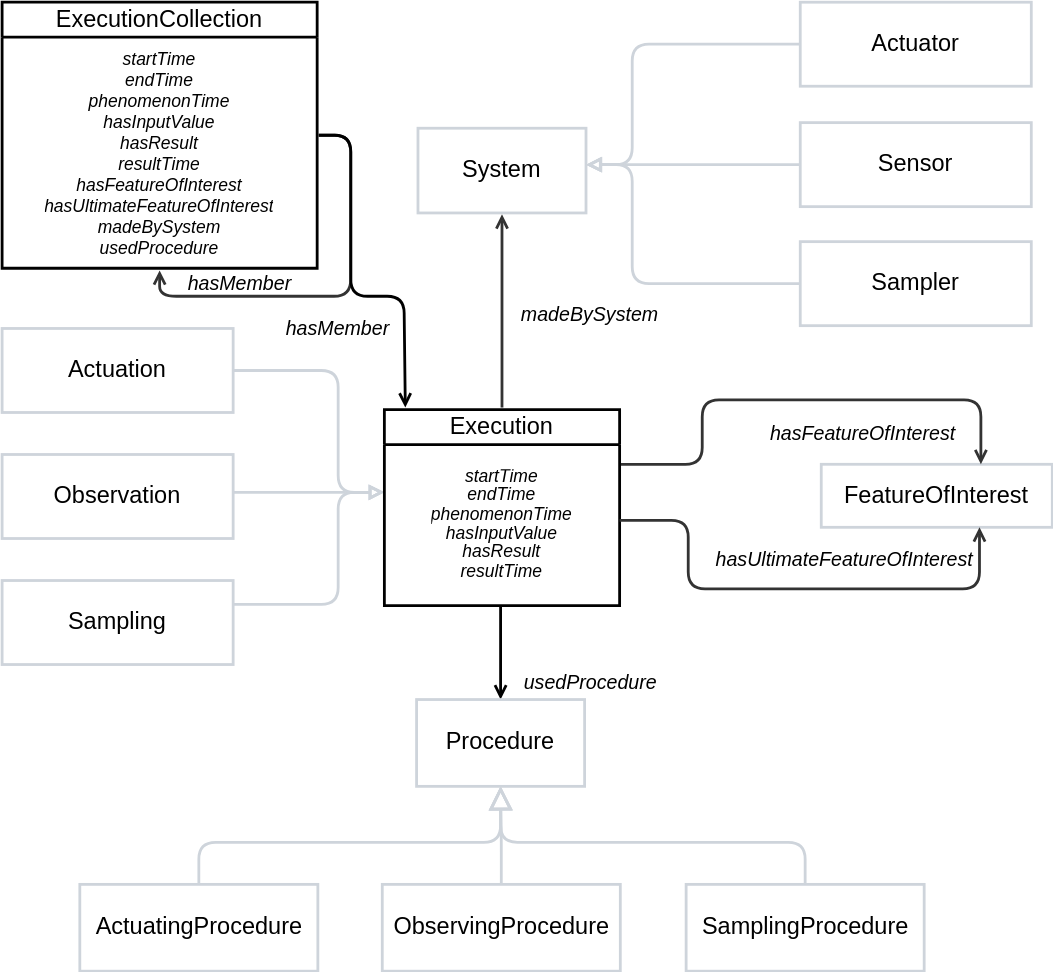
Earlier version of the draw.io export ssn/images/Execution.svg (w3c/sdw-sosa-ssn). Source tidied: cells renumbered, new cells last; positions are measured from the earlier drawing's top-left corner, leaving out a move shared by most shapes.
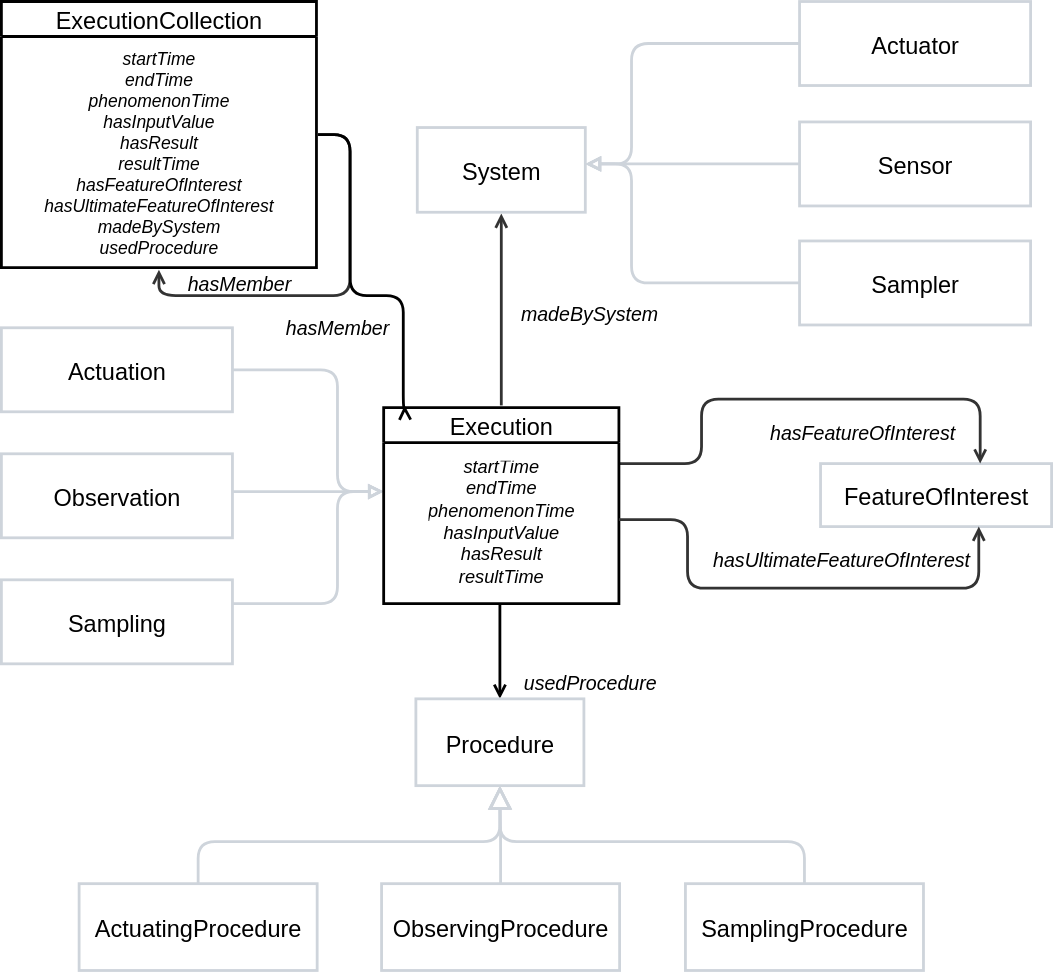
Later version of the same file.

What changed in the source:
```diff
@@ -65,9 +65,9 @@
       <mxGeometry x="353" y="463" width="135" height="45" as="geometry" />
     </mxCell>
     <mxCell id="14" value="Execution" style="html=1;overflow=block;blockSpacing=1;swimlane;horizontal=1;fontStyle=0;swimlaneFillColor=none;startSize=25;whiteSpace=wrap;fontSize=16.8;align=center;spacing=0;strokeColor=#000000;fillColor=none;strokeWidth=2;fontColor=default;convertToSvg=1;swimlaneLine=1;" parent="1" vertex="1">
-      <mxGeometry x="273" y="291" width="168" height="140" as="geometry" />
+      <mxGeometry x="273" y="290" width="168" height="140" as="geometry" />
     </mxCell>
-    <mxCell id="15" value="&lt;div style=&quot;display: flex; justify-content: center; text-align: center; align-items: baseline; line-height: 1.25; margin-top: -2px; font-size: 12.5px;&quot;&gt;&lt;font style=&quot;font-size: 12.5px;&quot;&gt;&lt;font style=&quot;font-size: 12.5px;&quot;&gt;startTime&lt;/font&gt;&lt;/font&gt;&lt;/div&gt;&lt;div style=&quot;display: flex; justify-content: center; text-align: center; align-items: baseline; line-height: 1.25; margin-top: -2px; font-size: 12.5px;&quot;&gt;&lt;font style=&quot;font-size: 12.5px;&quot;&gt;&lt;font style=&quot;font-size: 12.5px;&quot;&gt;endTime&lt;/font&gt;&lt;/font&gt;&lt;/div&gt;&lt;div style=&quot;display: flex; justify-content: center; text-align: center; align-items: baseline; line-height: 1.25; margin-top: -2px; font-size: 12.5px;&quot;&gt;&lt;font style=&quot;font-size: 12.5px;&quot;&gt;&lt;font style=&quot;font-size: 12.5px;&quot;&gt;phenomenonTime&lt;/font&gt;&lt;/font&gt;&lt;/div&gt;&lt;div style=&quot;display: flex; justify-content: center; text-align: center; align-items: baseline; line-height: 1.25; margin-top: -2px; font-size: 12.5px;&quot;&gt;&lt;font style=&quot;font-size: 12.5px;&quot;&gt;&lt;font style=&quot;font-size: 12.5px;&quot;&gt;hasInputValue&lt;/font&gt;&lt;/font&gt;&lt;/div&gt;&lt;div style=&quot;display: flex; justify-content: center; text-align: center; align-items: baseline; line-height: 1.25; margin-top: -2px; font-size: 12.5px;&quot;&gt;&lt;font style=&quot;font-size: 12.5px;&quot;&gt;&lt;font style=&quot;font-size: 12.5px;&quot;&gt;hasResult&lt;/font&gt;&lt;/font&gt;&lt;/div&gt;&lt;div style=&quot;display: flex; justify-content: center; text-align: center; align-items: baseline; line-height: 1.25; margin-top: -2px; font-size: 12.5px;&quot;&gt;&lt;font style=&quot;font-size: 12.5px;&quot;&gt;&lt;font style=&quot;font-size: 12.5px;&quot;&gt;resultTime&lt;br&gt;&lt;/font&gt;&lt;/font&gt;&lt;/div&gt;" style="html=1;strokeColor=none;fillColor=none;verticalAlign=middle;spacingLeft=4;spacingRight=4;overflow=hidden;points=[[0,0.5],[1,0.5]];portConstraint=eastwest;swimlaneFillColor=none;whiteSpace=wrap;fontSize=15.2;fontStyle=2;align=center;fontColor=default;convertToSvg=1;strokeWidth=2;" parent="14" vertex="1">
+    <mxCell id="15" value="&lt;div style=&quot;display: flex; justify-content: center; text-align: center; align-items: baseline; line-height: 1.25; margin-top: -2px;&quot;&gt;&lt;font style=&quot;&quot;&gt;&lt;font style=&quot;font-size: 13px; line-height: 105%;&quot;&gt;&lt;font&gt;startTime&lt;br&gt;&lt;/font&gt;&lt;span style=&quot;background-color: transparent; color: light-dark(rgb(0, 0, 0), rgb(255, 255, 255));&quot;&gt;endTime&lt;br&gt;&lt;/span&gt;&lt;span style=&quot;background-color: transparent; color: light-dark(rgb(0, 0, 0), rgb(255, 255, 255));&quot;&gt;phenomenonTime&lt;br&gt;&lt;/span&gt;&lt;span style=&quot;background-color: transparent; color: light-dark(rgb(0, 0, 0), rgb(255, 255, 255));&quot;&gt;hasInputValue&lt;br&gt;&lt;/span&gt;&lt;span style=&quot;background-color: transparent; color: light-dark(rgb(0, 0, 0), rgb(255, 255, 255));&quot;&gt;hasResult&lt;br&gt;&lt;/span&gt;&lt;span style=&quot;background-color: transparent; color: light-dark(rgb(0, 0, 0), rgb(255, 255, 255));&quot;&gt;resultTime&lt;/span&gt;&lt;/font&gt;&lt;/font&gt;&lt;/div&gt;" style="html=1;strokeColor=none;fillColor=none;verticalAlign=middle;spacingLeft=4;spacingRight=4;overflow=hidden;points=[[0,0.5],[1,0.5]];portConstraint=eastwest;swimlaneFillColor=none;whiteSpace=wrap;fontSize=12.5;fontStyle=2;align=center;fontColor=default;convertToSvg=1;strokeWidth=2;fontFamily=Helvetica;" parent="14" vertex="1">
       <mxGeometry y="25" width="168" height="115" as="geometry" />
     </mxCell>
     <mxCell id="16" value="hasUltimateFeatureOfInterest" style="html=1;overflow=block;blockSpacing=1;whiteSpace=wrap;fontSize=14;fontColor=default;fontStyle=2;align=center;spacing=0;strokeColor=none;strokeOpacity=100;fillOpacity=100;fillColor=none;strokeWidth=2;lucidId=tj8g~JP8hKQQ;convertToSvg=1;" parent="1" vertex="1">
```
